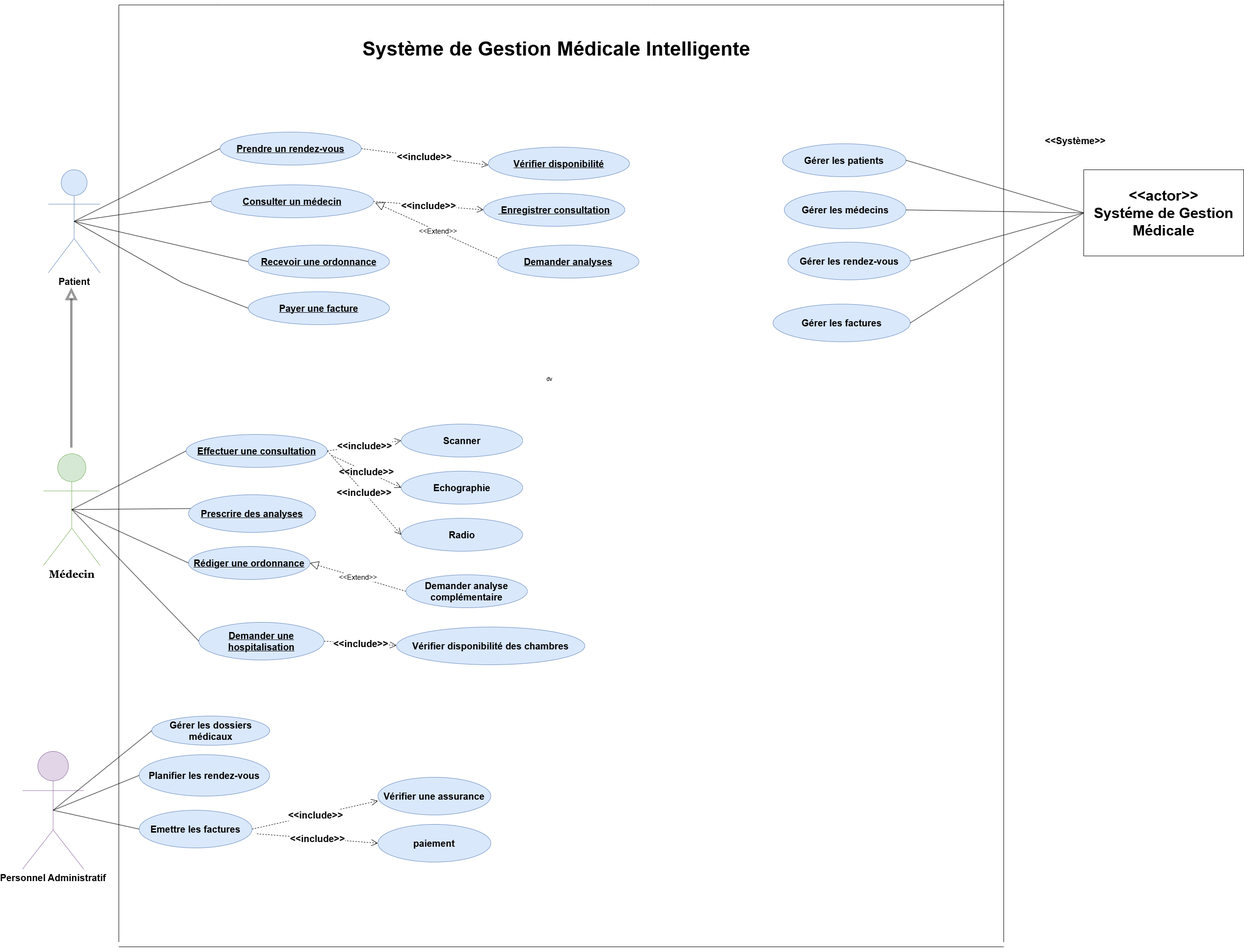
Earlier version of the draw.io export Use case diagram medical.drawio.png (achreffakraoui/Projet-uml). Source tidied: cells renumbered, new cells last; positions are measured from the earlier drawing's top-left corner, leaving out a move shared by most shapes.
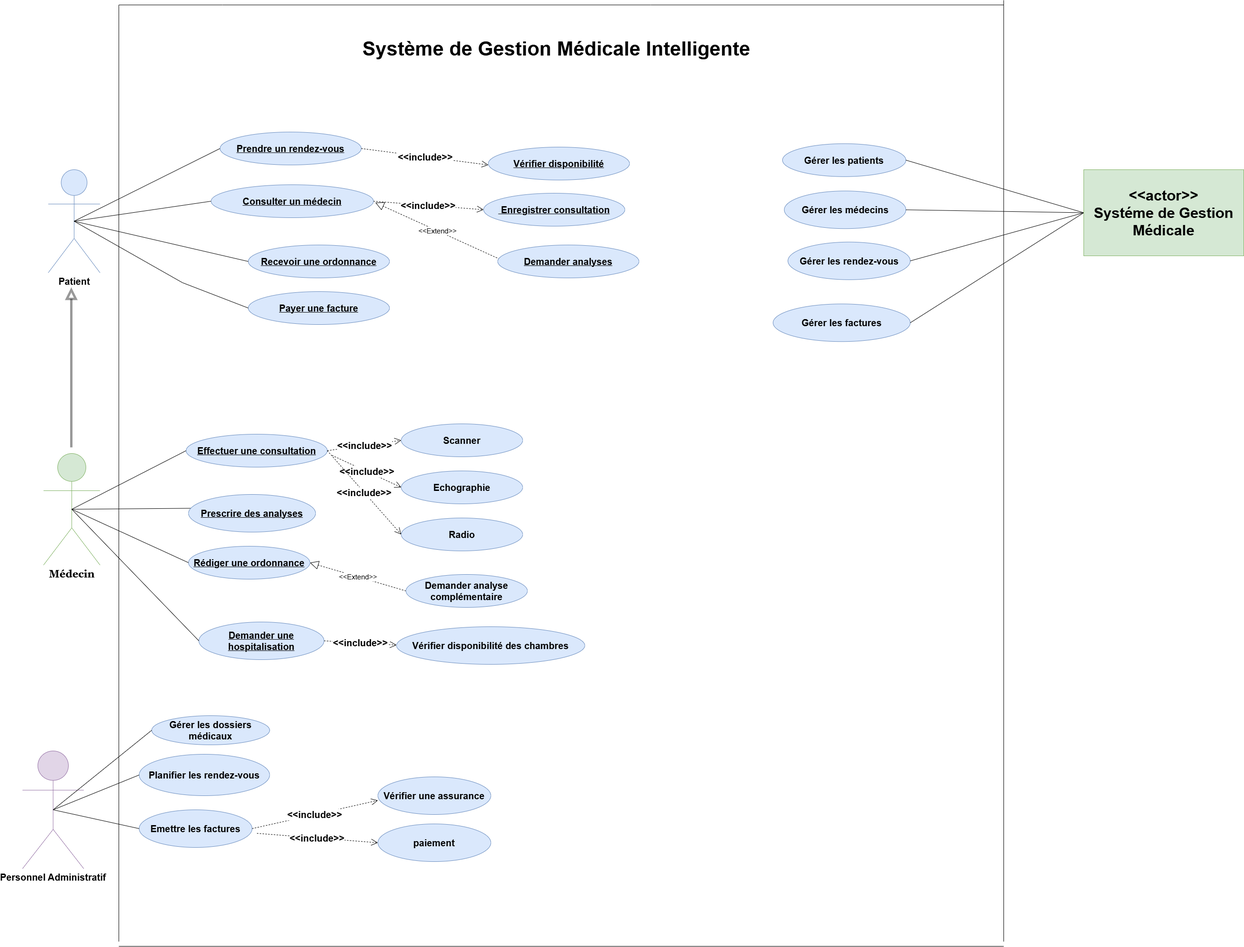
After the change.

Commit message:
Mettre à jour Use case diagram medical.drawio.png

The edit, as a diff of the source:
```diff
@@ -215,16 +215,10 @@
     <mxCell id="59" value="&lt;b&gt;&lt;font style=&quot;font-size: 20px;&quot;&gt;Demander analyses&lt;/font&gt;&lt;/b&gt;" style="ellipse;whiteSpace=wrap;html=1;align=center;fontStyle=4;fillColor=#dae8fc;strokeColor=#6c8ebf;" parent="1" vertex="1">
       <mxGeometry x="1010" y="520" width="300" height="70" as="geometry" />
     </mxCell>
-    <mxCell id="60" value="dv" style="text;strokeColor=none;align=center;fillColor=none;html=1;verticalAlign=middle;whiteSpace=wrap;rounded=0;" parent="1" vertex="1">
-      <mxGeometry x="1090" y="790" width="60" height="30" as="geometry" />
-    </mxCell>
-    <mxCell id="61" value="&lt;b style=&quot;forced-color-adjust: none; color: rgb(0, 0, 0); font-family: Helvetica; font-size: 20px; font-style: normal; font-variant-ligatures: normal; font-variant-caps: normal; letter-spacing: normal; orphans: 2; text-align: center; text-indent: 0px; text-transform: none; widows: 2; word-spacing: 0px; -webkit-text-stroke-width: 0px; white-space: nowrap; background-color: rgb(251, 251, 251); text-decoration-thickness: initial; text-decoration-style: initial; text-decoration-color: initial;&quot;&gt;&amp;lt;&amp;lt;Système&amp;gt;&amp;gt;&lt;/b&gt;" style="text;whiteSpace=wrap;html=1;" parent="1" vertex="1">
-      <mxGeometry x="2170.8" y="280" width="120" height="50" as="geometry" />
-    </mxCell>
     <mxCell id="62" value="&lt;font style=&quot;font-size: 42px;&quot;&gt;Système de Gestion Médicale Intelligente&lt;/font&gt;" style="text;whiteSpace=wrap;html=1;align=center;fontStyle=1;" parent="1" vertex="1">
       <mxGeometry x="675" y="72" width="920" height="80" as="geometry" />
     </mxCell>
-    <mxCell id="63" value="&lt;span style=&quot;font-size: 31px;&quot;&gt;&lt;b&gt;&amp;lt;&amp;lt;actor&amp;gt;&amp;gt;&lt;/b&gt;&lt;/span&gt;&lt;div&gt;&lt;span style=&quot;font-size: 31px;&quot;&gt;&lt;b&gt;Systéme de Gestion&lt;br&gt;Médicale&lt;/b&gt;&lt;/span&gt;&lt;/div&gt;" style="rounded=0;whiteSpace=wrap;html=1;" parent="1" vertex="1">
+    <mxCell id="63" value="&lt;span style=&quot;font-size: 31px;&quot;&gt;&lt;b&gt;&amp;lt;&amp;lt;actor&amp;gt;&amp;gt;&lt;/b&gt;&lt;/span&gt;&lt;div&gt;&lt;span style=&quot;font-size: 31px;&quot;&gt;&lt;b&gt;Systéme de Gestion&lt;br&gt;Médicale&lt;/b&gt;&lt;/span&gt;&lt;/div&gt;" style="rounded=0;whiteSpace=wrap;html=1;fillColor=#d5e8d4;strokeColor=#82b366;" parent="1" vertex="1">
       <mxGeometry x="2255" y="360" width="340" height="183" as="geometry" />
     </mxCell>
   </root>
```
